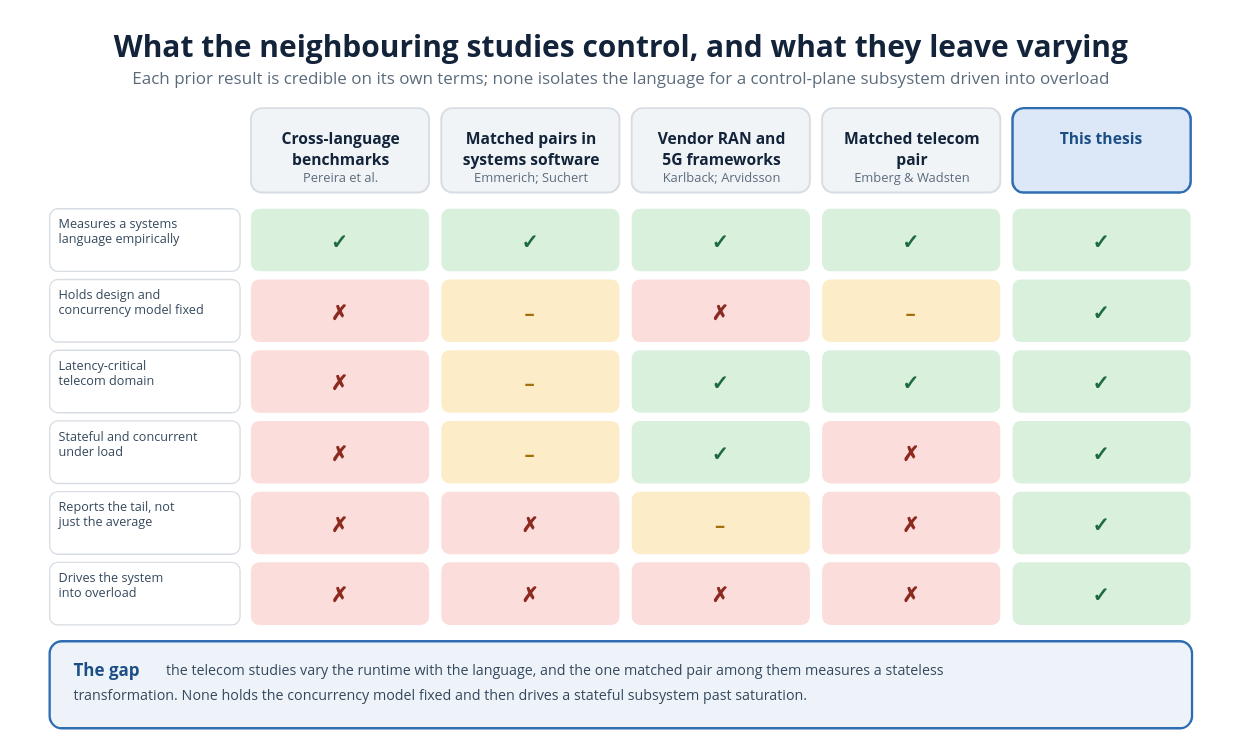
Before: diagrams/29_research_gap.drawio in VienThanh12/Master-Thesis, a draw.io diagram. Source tidied: cells renumbered, new cells numbered last; positions are measured from the earlier drawing's top-left corner, leaving out a move shared by most shapes. Both pictures are drawn from the tidied source at 136%, with x=0, y=0 at pixel (41, 22).
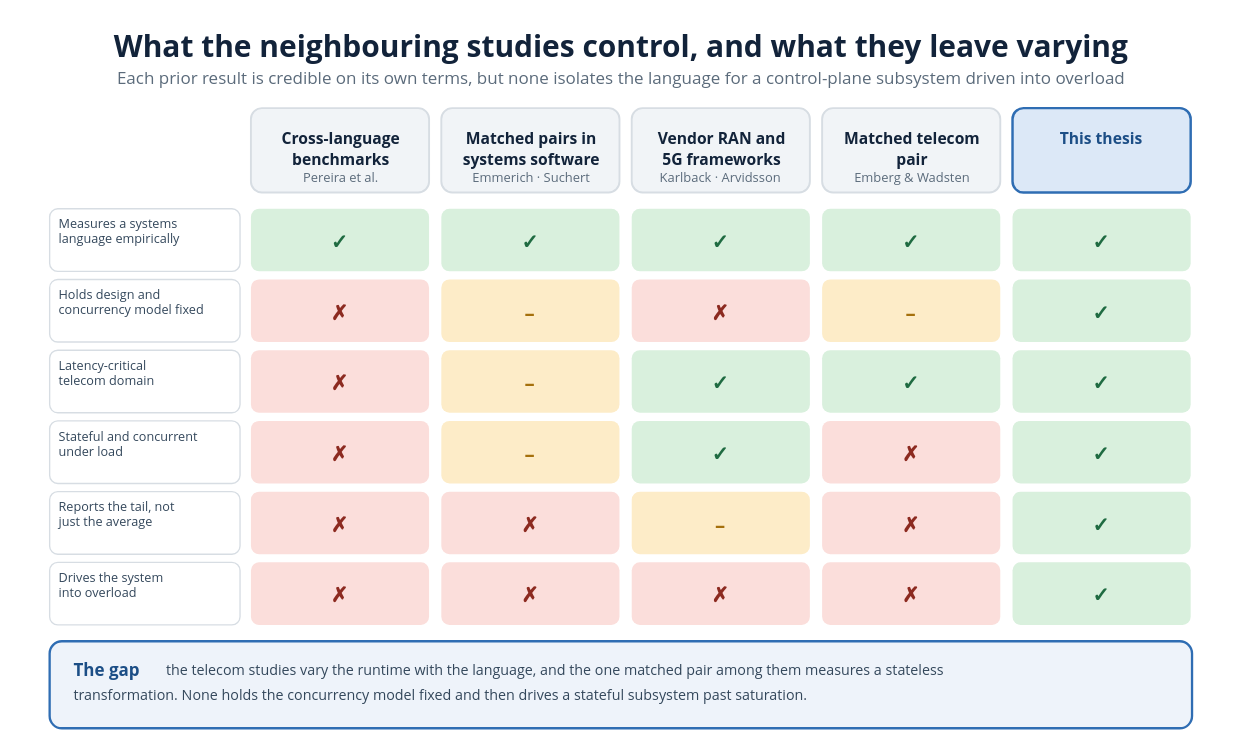
Above is the later version.

What changed in the source:
```diff
@@
-    <mxCell id="3" value="Each prior result is credible on its own terms; none isolates the language for a control-plane subsystem driven into overload" style="text;html=1;strokeColor=none;fillColor=none;whiteSpace=nowrap;align=center;verticalAlign=middle;fontSize=12.5;fontColor=#5b6b7b;fontFamily=Segoe UI;" parent="1" vertex="1">
-      <mxGeometry x="0.2" y="31.1" width="851.6" height="18.8" as="geometry" />
+    <mxCell id="3" value="Each prior result is credible on its own terms, but none isolates the language for a control-plane subsystem driven into overload" style="text;html=1;strokeColor=none;fillColor=none;whiteSpace=nowrap;align=center;verticalAlign=middle;fontSize=12.5;fontColor=#5b6b7b;fontFamily=Segoe UI;" parent="1" vertex="1">
+      <mxGeometry x="-13.4" y="31.1" width="878.8" height="18.8" as="geometry" />
     </mxCell>
@@
-    <mxCell id="11" value="Emmerich; Suchert" style="text;html=1;strokeColor=none;fillColor=none;whiteSpace=nowrap;align=center;verticalAlign=middle;fontSize=9.5;fontColor=#5b6b7b;fontFamily=Segoe UI;" parent="1" vertex="1">
-      <mxGeometry x="315.5" y="107" width="88" height="14.2" as="geometry" />
+    <mxCell id="11" value="Emmerich · Suchert" style="text;html=1;strokeColor=none;fillColor=none;whiteSpace=nowrap;align=center;verticalAlign=middle;fontSize=9.5;fontColor=#5b6b7b;fontFamily=Segoe UI;" parent="1" vertex="1">
+      <mxGeometry x="312.9" y="107" width="93.2" height="14.2" as="geometry" />
     </mxCell>
@@
-    <mxCell id="15" value="Karlback; Arvidsson" style="text;html=1;strokeColor=none;fillColor=none;whiteSpace=nowrap;align=center;verticalAlign=middle;fontSize=9.5;fontColor=#5b6b7b;fontFamily=Segoe UI;" parent="1" vertex="1">
-      <mxGeometry x="450.3" y="107" width="98.4" height="14.2" as="geometry" />
+    <mxCell id="15" value="Karlback · Arvidsson" style="text;html=1;strokeColor=none;fillColor=none;whiteSpace=nowrap;align=center;verticalAlign=middle;fontSize=9.5;fontColor=#5b6b7b;fontFamily=Segoe UI;" parent="1" vertex="1">
+      <mxGeometry x="447.7" y="107" width="103.5" height="14.2" as="geometry" />
     </mxCell>
```
